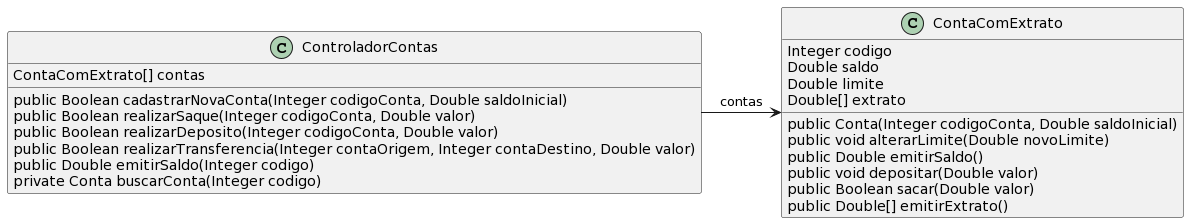
Before: classes-objetos/conta-bancaria-controlador/controlador-conta-bancaria.png, a diagram exported from PlantUML (ccalmendra/poo-2023-1).
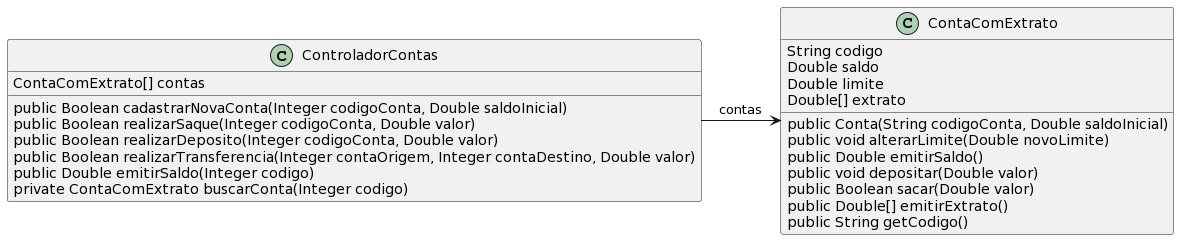
Above is the later version.

What changed in the source:
```diff
@@ -1,15 +1,16 @@
 @startuml
 class ContaComExtrato {
-  Integer codigo
+  String codigo
   Double saldo
   Double limite
   Double[] extrato
-  public Conta(Integer codigoConta, Double saldoInicial)
+  public Conta(String codigoConta, Double saldoInicial)
   public void alterarLimite(Double novoLimite)
   public Double emitirSaldo()
   public void depositar(Double valor)
   public Boolean sacar(Double valor)
   public Double[] emitirExtrato()
+  public String getCodigo()
 }
 
 class ControladorContas {
@@ -19,7 +20,7 @@
   public Boolean realizarDeposito(Integer codigoConta, Double valor)
   public Boolean realizarTransferencia(Integer contaOrigem, Integer contaDestino, Double valor)
   public Double emitirSaldo(Integer codigo)
-  private Conta buscarConta(Integer codigo)
+  private ContaComExtrato buscarConta(Integer codigo)
 }
 
 ControladorContas -right-> ContaComExtrato: contas
```
